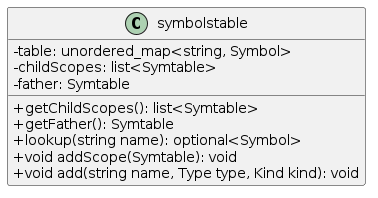
drfailer/projet-zz2 keeps this PlantUML diagram as ressources/diagrams/symtable2.png. Above is the earlier version.
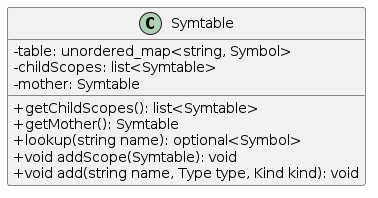
After the commit.

What changed in the source:
```diff
@@ -1,12 +1,12 @@
 @startuml
 skinparam classattributeiconsize 0
 
-class symbolstable {
+class Symtable {
   -table: unordered_map<string, Symbol>
   -childScopes: list<Symtable>
-  -father: Symtable
+  -mother: Symtable
   +getChildScopes(): list<Symtable>
-  +getFather(): Symtable
+  +getMother(): Symtable
   +lookup(string name): optional<Symbol>
   +void addScope(Symtable): void
   +void add(string name, Type type, Kind kind): void
```
